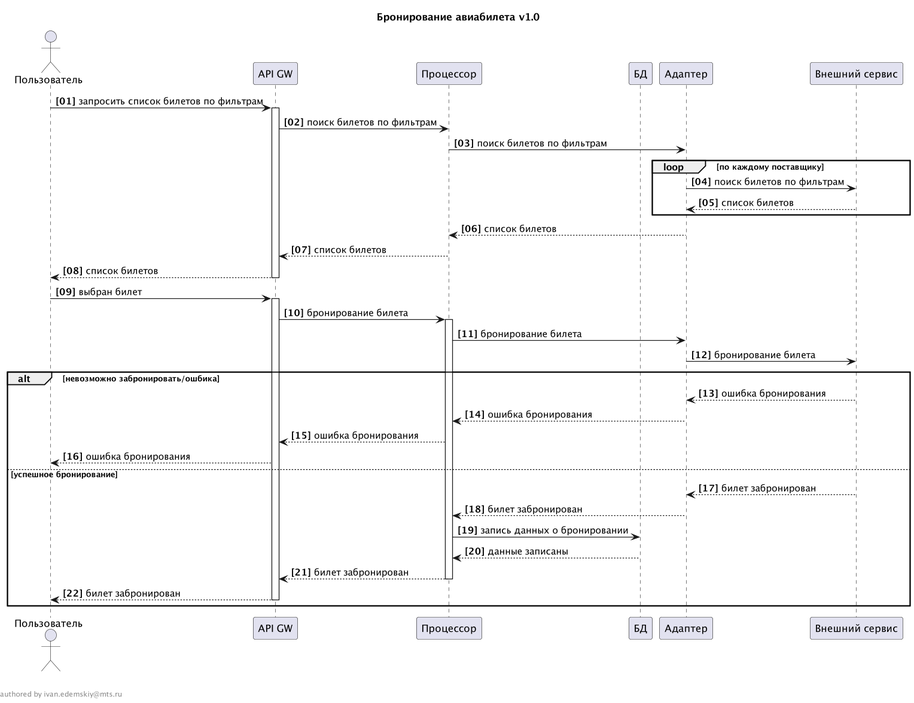
IvanEdemskiy/mts-teta-golang-2022-autumn keeps this PlantUML diagram as Бронирование авиабилета.png. Above is the earlier version.
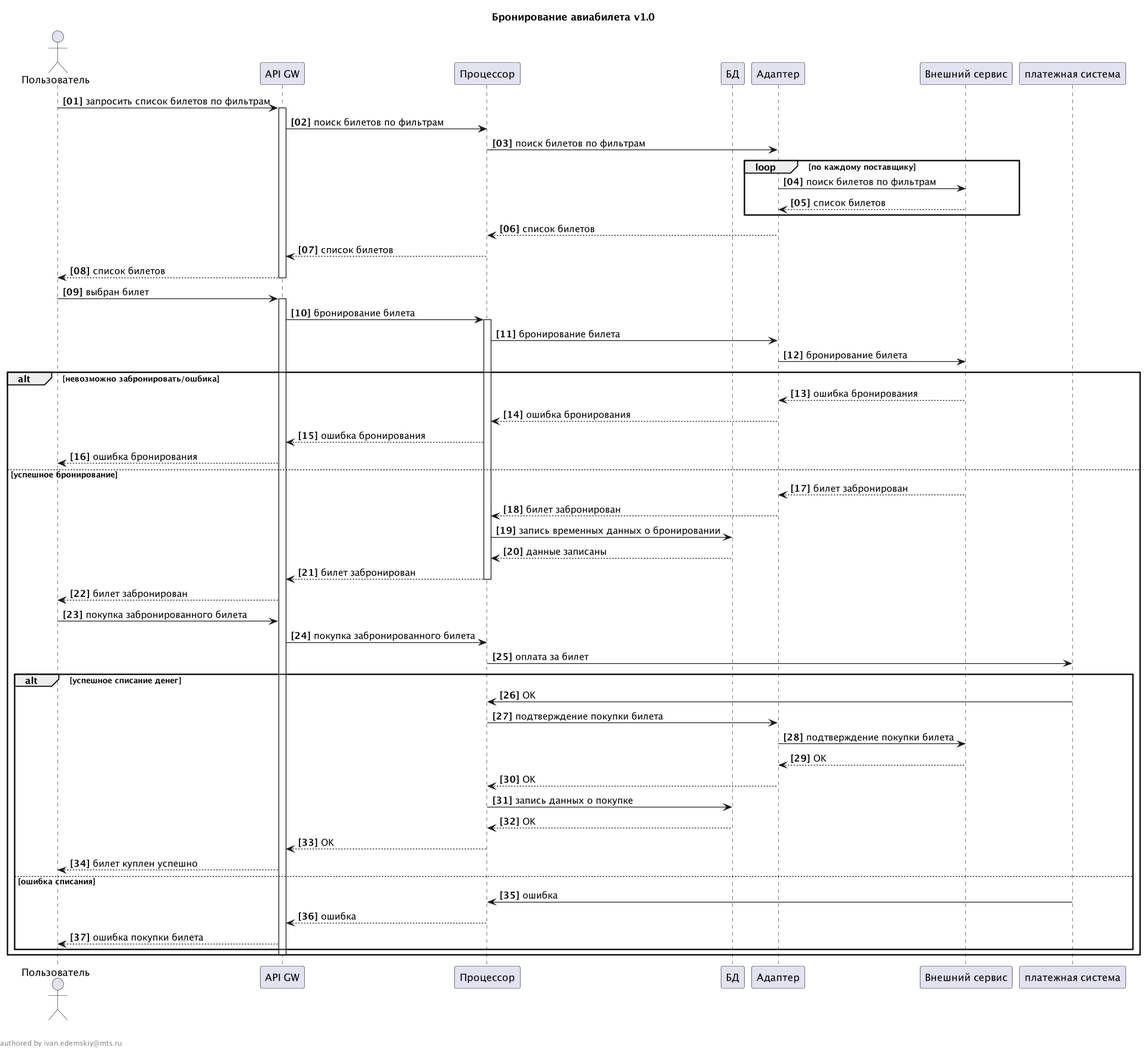
The same file after the commit.

The edit, as a diff of the source:
```diff
@@ -12,6 +12,7 @@
 participant "БД" as db
 participant "Адаптер" as adapter
 participant "Внешний сервис" as ext
+participant "платежная система" as ps
 
 autonumber "<b>[00]"
 
@@ -39,11 +40,29 @@
 else успешное бронирование
     ext --> adapter: билет забронирован
     adapter --> processor: билет забронирован
-    processor -> db: запись данных о бронировании
+    processor -> db: запись временных данных о бронировании
     db --> processor: данные записаны
     processor --> api: билет забронирован
     deactivate processor
     api --> user: билет забронирован
+    user -> api: покупка забронированного билета
+    api -> processor: покупка забронированного билета
+    processor -> ps: оплата за билет
+    alt успешное списание денег
+        ps -> processor: OK
+        processor -> adapter: подтверждение покупки билета
+        adapter -> ext:  подтверждение покупки билета
+        ext --> adapter: OK
+        adapter --> processor: OK
+        processor -> db: запись данных о покупке
+        db --> processor: OK
+        processor --> api: OK
+        api --> user: билет куплен успешно
+    else ошибка списания
+        ps -> processor: ошибка
+        processor --> api: ошибка
+        api --> user: ошибка покупки билета
+    end alt
 deactivate api
 end alt
 
```
